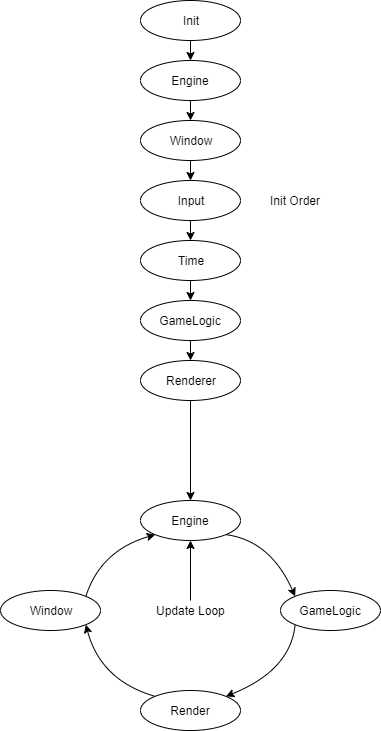
This is dokumentaatio/Kuvat/suorituskaavio.png from brontto/ot-LightWeightSaurus, a draw.io export, as it was before one commit. Source tidied: cells renumbered, new cells last; positions are measured from the earlier drawing's top-left corner, leaving out a move shared by most shapes. Its diagram source:
```xml
<mxGraphModel>
  <root>
    <mxCell id="0" />
    <mxCell id="1" parent="0" />
    <mxCell id="2" value="Engine" style="ellipse;whiteSpace=wrap;html=1;align=center;" parent="1" vertex="1">
      <mxGeometry x="140" y="500" width="100" height="40" as="geometry" />
    </mxCell>
    <mxCell id="3" value="GameLogic" style="ellipse;whiteSpace=wrap;html=1;align=center;" parent="1" vertex="1">
      <mxGeometry x="280" y="590" width="100" height="40" as="geometry" />
    </mxCell>
    <mxCell id="4" value="Window" style="ellipse;whiteSpace=wrap;html=1;align=center;" parent="1" vertex="1">
      <mxGeometry y="590" width="100" height="40" as="geometry" />
    </mxCell>
    <mxCell id="5" value="Render" style="ellipse;whiteSpace=wrap;html=1;align=center;" parent="1" vertex="1">
      <mxGeometry x="140" y="690" width="100" height="40" as="geometry" />
    </mxCell>
    <mxCell id="6" style="edgeStyle=orthogonalEdgeStyle;rounded=0;jettySize=auto;html=1;exitX=0.5;exitY=1;exitDx=0;exitDy=0;entryX=0.5;entryY=0;entryDx=0;entryDy=0;" parent="1" edge="1" source="7" target="9">
      <mxGeometry relative="1" as="geometry" />
    </mxCell>
    <mxCell id="7" value="Init" style="ellipse;whiteSpace=wrap;html=1;align=center;" parent="1" vertex="1">
      <mxGeometry x="140" width="100" height="40" as="geometry" />
    </mxCell>
    <mxCell id="8" style="edgeStyle=orthogonalEdgeStyle;rounded=0;jettySize=auto;html=1;exitX=0.5;exitY=1;exitDx=0;exitDy=0;entryX=0.5;entryY=0;entryDx=0;entryDy=0;" parent="1" edge="1" source="9" target="11">
      <mxGeometry relative="1" as="geometry" />
    </mxCell>
    <mxCell id="9" value="Engine" style="ellipse;whiteSpace=wrap;html=1;align=center;" parent="1" vertex="1">
      <mxGeometry x="140" y="60" width="100" height="40" as="geometry" />
    </mxCell>
    <mxCell id="10" style="edgeStyle=orthogonalEdgeStyle;rounded=0;jettySize=auto;html=1;exitX=0.5;exitY=1;exitDx=0;exitDy=0;entryX=0.5;entryY=0;entryDx=0;entryDy=0;" parent="1" edge="1" source="11" target="13">
      <mxGeometry relative="1" as="geometry" />
    </mxCell>
    <mxCell id="11" value="Window" style="ellipse;whiteSpace=wrap;html=1;align=center;" parent="1" vertex="1">
      <mxGeometry x="140" y="120" width="100" height="40" as="geometry" />
    </mxCell>
    <mxCell id="12" style="edgeStyle=orthogonalEdgeStyle;rounded=0;jettySize=auto;html=1;exitX=0.5;exitY=1;exitDx=0;exitDy=0;entryX=0.5;entryY=0;entryDx=0;entryDy=0;" parent="1" edge="1" source="13" target="15">
      <mxGeometry relative="1" as="geometry" />
    </mxCell>
    <mxCell id="13" value="Input" style="ellipse;whiteSpace=wrap;html=1;align=center;" parent="1" vertex="1">
      <mxGeometry x="140" y="180" width="100" height="40" as="geometry" />
    </mxCell>
    <mxCell id="14" style="edgeStyle=orthogonalEdgeStyle;rounded=0;jettySize=auto;html=1;exitX=0.5;exitY=1;exitDx=0;exitDy=0;entryX=0.5;entryY=0;entryDx=0;entryDy=0;" parent="1" edge="1" source="15" target="17">
      <mxGeometry relative="1" as="geometry" />
    </mxCell>
    <mxCell id="15" value="Time" style="ellipse;whiteSpace=wrap;html=1;align=center;" parent="1" vertex="1">
      <mxGeometry x="140" y="240" width="100" height="40" as="geometry" />
    </mxCell>
    <mxCell id="16" style="edgeStyle=orthogonalEdgeStyle;rounded=0;jettySize=auto;html=1;exitX=0.5;exitY=1;exitDx=0;exitDy=0;entryX=0.5;entryY=0;entryDx=0;entryDy=0;" parent="1" edge="1" source="17" target="23">
      <mxGeometry relative="1" as="geometry" />
    </mxCell>
    <mxCell id="17" value="GameLogic" style="ellipse;whiteSpace=wrap;html=1;align=center;" parent="1" vertex="1">
      <mxGeometry x="140" y="300" width="100" height="40" as="geometry" />
    </mxCell>
    <mxCell id="18" style="curved=1;endArrow=classic;html=1;exitX=1;exitY=1;exitDx=0;exitDy=0;entryX=0;entryY=0;entryDx=0;entryDy=0;" parent="1" edge="1" source="2" target="3">
      <mxGeometry relative="1" as="geometry">
        <Array as="points">
          <mxPoint x="270" y="540" />
        </Array>
      </mxGeometry>
    </mxCell>
    <mxCell id="19" style="curved=1;endArrow=classic;html=1;entryX=1;entryY=0;entryDx=0;entryDy=0;exitX=0;exitY=1;exitDx=0;exitDy=0;" parent="1" edge="1" source="3" target="5">
      <mxGeometry relative="1" as="geometry">
        <Array as="points">
          <mxPoint x="290" y="670" />
        </Array>
      </mxGeometry>
    </mxCell>
    <mxCell id="20" style="curved=1;endArrow=classic;html=1;entryX=1;entryY=1;entryDx=0;entryDy=0;exitX=0;exitY=0;exitDx=0;exitDy=0;" parent="1" edge="1" source="5" target="4">
      <mxGeometry relative="1" as="geometry">
        <Array as="points">
          <mxPoint x="100" y="680" />
        </Array>
      </mxGeometry>
    </mxCell>
    <mxCell id="21" style="curved=1;endArrow=classic;html=1;entryX=0;entryY=1;entryDx=0;entryDy=0;exitX=1;exitY=0;exitDx=0;exitDy=0;" parent="1" edge="1" source="4" target="2">
      <mxGeometry relative="1" as="geometry">
        <Array as="points">
          <mxPoint x="100" y="550" />
        </Array>
      </mxGeometry>
    </mxCell>
    <mxCell id="22" style="edgeStyle=orthogonalEdgeStyle;rounded=0;jettySize=auto;html=1;exitX=0.5;exitY=1;exitDx=0;exitDy=0;" parent="1" edge="1" source="23" target="2">
      <mxGeometry relative="1" as="geometry" />
    </mxCell>
    <mxCell id="23" value="Renderer" style="ellipse;whiteSpace=wrap;html=1;align=center;" parent="1" vertex="1">
      <mxGeometry x="140" y="360" width="100" height="40" as="geometry" />
    </mxCell>
    <mxCell id="24" style="edgeStyle=orthogonalEdgeStyle;rounded=0;jettySize=auto;html=1;" parent="1" edge="1" source="25" target="2">
      <mxGeometry relative="1" as="geometry" />
    </mxCell>
    <mxCell id="25" value="Update Loop" style="text;html=1;align=center;verticalAlign=middle;points=[];" parent="1" vertex="1">
      <mxGeometry x="150" y="600" width="80" height="20" as="geometry" />
    </mxCell>
    <mxCell id="26" value="Init Order" style="text;html=1;align=center;verticalAlign=middle;" parent="1" vertex="1">
      <mxGeometry x="260" y="190" width="70" height="20" as="geometry" />
    </mxCell>
  </root>
</mxGraphModel>
```
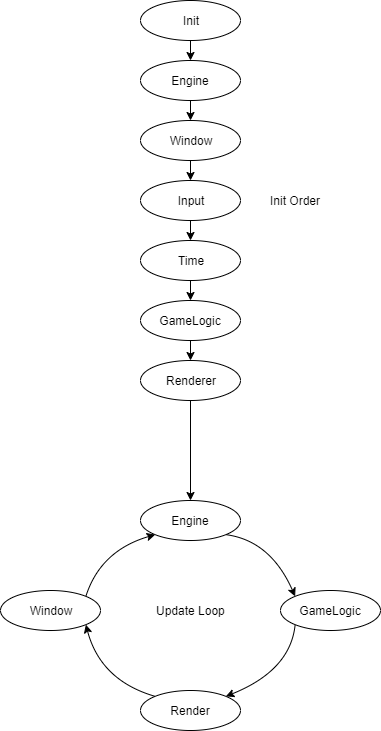
The same file after the commit.

Commit message:
suorituskaavio korjauksia

Change to the diagram source:
```diff
@@ -84,9 +84,6 @@
     <mxCell id="23" value="Renderer" style="ellipse;whiteSpace=wrap;html=1;align=center;" parent="1" vertex="1">
       <mxGeometry x="140" y="360" width="100" height="40" as="geometry" />
     </mxCell>
-    <mxCell id="24" style="edgeStyle=orthogonalEdgeStyle;rounded=0;jettySize=auto;html=1;" parent="1" edge="1" source="25" target="2">
-      <mxGeometry relative="1" as="geometry" />
-    </mxCell>
     <mxCell id="25" value="Update Loop" style="text;html=1;align=center;verticalAlign=middle;points=[];" parent="1" vertex="1">
       <mxGeometry x="150" y="600" width="80" height="20" as="geometry" />
     </mxCell>
```
